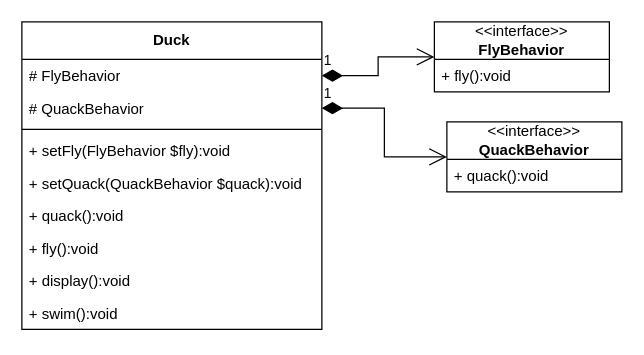
The draw.io diagram strategy-duck.drawio in joelau71/uml, before the edit. Source tidied: cells renumbered, new cells numbered last; positions are measured from the earlier drawing's top-left corner, leaving out a move shared by most shapes. Both pictures are drawn from the tidied source at 125%, with x=0, y=0 at pixel (21, 21).
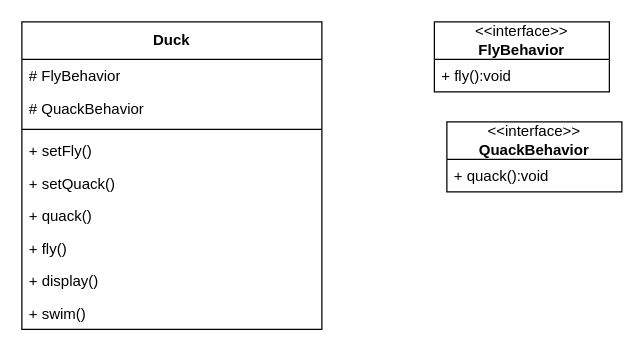
After the change.

Diff of the diagram source:
```diff
@@
 <mxGraphModel>
   <root>
     <mxCell id="0" />
     <mxCell id="1" parent="0" />
     <mxCell id="2" value="&lt;b&gt;Duck&lt;/b&gt;" style="swimlane;fontStyle=0;horizontal=1;startSize=30;fillColor=none;whiteSpace=wrap;html=1;" parent="1" vertex="1">
       <mxGeometry width="240" height="246" as="geometry" />
     </mxCell>
     <mxCell id="3" value="# FlyBehavior" style="text;strokeColor=none;fillColor=none;align=left;verticalAlign=top;spacingLeft=4;spacingRight=4;overflow=hidden;points=[[0,0.5],[1,0.5]];portConstraint=eastwest;whiteSpace=wrap;html=1;" parent="2" vertex="1">
       <mxGeometry y="30" width="240" height="26" as="geometry" />
     </mxCell>
     <mxCell id="4" value="# QuackBehavior" style="text;strokeColor=none;fillColor=none;align=left;verticalAlign=top;spacingLeft=4;spacingRight=4;overflow=hidden;points=[[0,0.5],[1,0.5]];portConstraint=eastwest;whiteSpace=wrap;html=1;" parent="2" vertex="1">
       <mxGeometry y="56" width="240" height="26" as="geometry" />
     </mxCell>
     <mxCell id="5" style="line;strokeWidth=1;fillColor=none;align=left;verticalAlign=middle;spacingTop=-1;spacingLeft=3;spacingRight=3;labelPosition=right;strokeColor=inherit;" parent="2" vertex="1">
       <mxGeometry y="82" width="240" height="8" as="geometry" />
     </mxCell>
-    <mxCell id="6" value="+ setFly(FlyBehavior $fly):void" style="text;strokeColor=none;fillColor=none;align=left;verticalAlign=top;spacingLeft=4;spacingRight=4;overflow=hidden;whiteSpace=wrap;html=1;" parent="2" vertex="1">
+    <mxCell id="6" value="+ setFly()" style="text;strokeColor=none;fillColor=none;align=left;verticalAlign=top;spacingLeft=4;spacingRight=4;overflow=hidden;whiteSpace=wrap;html=1;" parent="2" vertex="1">
       <mxGeometry y="90" width="240" height="26" as="geometry" />
     </mxCell>
-    <mxCell id="7" value="+ setQuack(QuackBehavior $quack):void" style="text;strokeColor=none;fillColor=none;align=left;verticalAlign=top;spacingLeft=4;spacingRight=4;overflow=hidden;whiteSpace=wrap;html=1;" parent="2" vertex="1">
+    <mxCell id="7" value="+ setQuack()" style="text;strokeColor=none;fillColor=none;align=left;verticalAlign=top;spacingLeft=4;spacingRight=4;overflow=hidden;whiteSpace=wrap;html=1;" parent="2" vertex="1">
       <mxGeometry y="116" width="240" height="26" as="geometry" />
     </mxCell>
-    <mxCell id="8" value="+ quack():void" style="text;strokeColor=none;fillColor=none;align=left;verticalAlign=top;spacingLeft=4;spacingRight=4;overflow=hidden;whiteSpace=wrap;html=1;" parent="2" vertex="1">
+    <mxCell id="8" value="+ quack()" style="text;strokeColor=none;fillColor=none;align=left;verticalAlign=top;spacingLeft=4;spacingRight=4;overflow=hidden;whiteSpace=wrap;html=1;" parent="2" vertex="1">
       <mxGeometry y="142" width="240" height="26" as="geometry" />
     </mxCell>
-    <mxCell id="9" value="+ fly():void" style="text;strokeColor=none;fillColor=none;align=left;verticalAlign=top;spacingLeft=4;spacingRight=4;overflow=hidden;whiteSpace=wrap;html=1;" parent="2" vertex="1">
+    <mxCell id="9" value="+ fly()" style="text;strokeColor=none;fillColor=none;align=left;verticalAlign=top;spacingLeft=4;spacingRight=4;overflow=hidden;whiteSpace=wrap;html=1;" parent="2" vertex="1">
       <mxGeometry y="168" width="240" height="26" as="geometry" />
     </mxCell>
-    <mxCell id="10" value="+ display():void" style="text;strokeColor=none;fillColor=none;align=left;verticalAlign=top;spacingLeft=4;spacingRight=4;overflow=hidden;whiteSpace=wrap;html=1;" parent="2" vertex="1">
+    <mxCell id="10" value="+ display()" style="text;strokeColor=none;fillColor=none;align=left;verticalAlign=top;spacingLeft=4;spacingRight=4;overflow=hidden;whiteSpace=wrap;html=1;" parent="2" vertex="1">
       <mxGeometry y="194" width="240" height="26" as="geometry" />
     </mxCell>
-    <mxCell id="11" value="+ swim():void" style="text;strokeColor=none;fillColor=none;align=left;verticalAlign=top;spacingLeft=4;spacingRight=4;overflow=hidden;whiteSpace=wrap;html=1;" parent="2" vertex="1">
+    <mxCell id="11" value="+ swim()" style="text;strokeColor=none;fillColor=none;align=left;verticalAlign=top;spacingLeft=4;spacingRight=4;overflow=hidden;whiteSpace=wrap;html=1;" parent="2" vertex="1">
       <mxGeometry y="220" width="240" height="26" as="geometry" />
     </mxCell>
     <mxCell id="12" value="&amp;lt;&amp;lt;interface&amp;gt;&amp;gt;&lt;br&gt;&lt;b&gt;FlyBehavior&lt;/b&gt;" style="swimlane;fontStyle=0;horizontal=1;startSize=30;fillColor=none;whiteSpace=wrap;html=1;" parent="1" vertex="1">
       <mxGeometry x="330" width="140" height="56" as="geometry" />
     </mxCell>
     <mxCell id="13" value="+ fly():void" style="text;strokeColor=none;fillColor=none;align=left;verticalAlign=top;spacingLeft=4;spacingRight=4;overflow=hidden;whiteSpace=wrap;html=1;" parent="12" vertex="1">
       <mxGeometry y="30" width="140" height="26" as="geometry" />
     </mxCell>
     <mxCell id="14" value="&amp;lt;&amp;lt;interface&amp;gt;&amp;gt;&lt;br&gt;&lt;b&gt;QuackBehavior&lt;/b&gt;" style="swimlane;fontStyle=0;horizontal=1;startSize=30;fillColor=none;whiteSpace=wrap;html=1;" parent="1" vertex="1">
       <mxGeometry x="340" y="80" width="140" height="56" as="geometry" />
     </mxCell>
     <mxCell id="15" value="+ quack():void" style="text;strokeColor=none;fillColor=none;align=left;verticalAlign=top;spacingLeft=4;spacingRight=4;overflow=hidden;whiteSpace=wrap;html=1;" parent="14" vertex="1">
       <mxGeometry y="30" width="140" height="26" as="geometry" />
     </mxCell>
-    <mxCell id="16" value="1" style="endArrow=open;html=1;endSize=12;startArrow=diamondThin;startSize=14;startFill=1;edgeStyle=orthogonalEdgeStyle;align=left;verticalAlign=bottom;rounded=0;" parent="1" edge="1" source="3" target="12">
-      <mxGeometry x="-1" y="3" relative="1" as="geometry" />
-    </mxCell>
-    <mxCell id="17" value="1" style="endArrow=open;html=1;endSize=12;startArrow=diamondThin;startSize=14;startFill=1;edgeStyle=orthogonalEdgeStyle;align=left;verticalAlign=bottom;rounded=0;" parent="1" edge="1" source="4" target="14">
-      <mxGeometry x="-1" y="3" relative="1" as="geometry" />
-    </mxCell>
   </root>
 </mxGraphModel>
```
